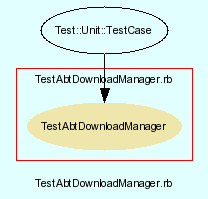
This is src/trunk/doc/dot/f_10.png from eschabell/abtlinux, a Graphviz export, as it was before one commit. Its source is kept beside it as src/trunk/doc/dot/f_10.dot.
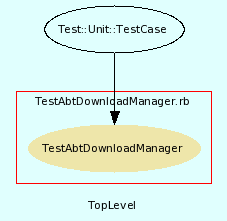
After the commit.

Diff of the diagram source:
```diff
@@ -3,7 +3,7 @@
     bgcolor = lightcyan1
     fontname = Arial
     fontsize = 8
-    label = "TestAbtDownloadManager.rb"
+    label = "TopLevel"
     node [
         fontname = Arial,
         fontsize = 8,
```
